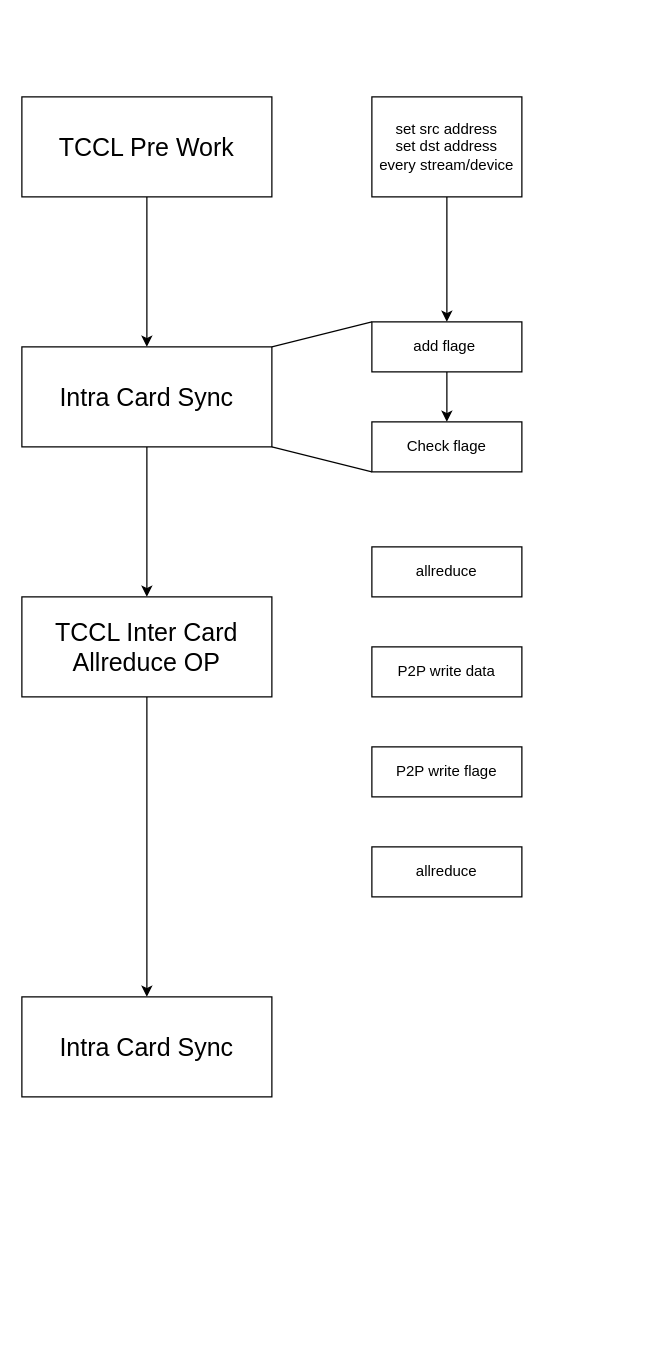
Earlier version of the draw.io diagram TCCL/TCCL_SYNC/TCCLAX_allreduce.drawio (BEYHHH/SBLP). Source tidied: cells renumbered, new cells numbered last; positions are measured from the earlier drawing's top-left corner, leaving out a move shared by most shapes. Both pictures are drawn from the tidied source at 125%, with x=0, y=0 at pixel (21, 96).
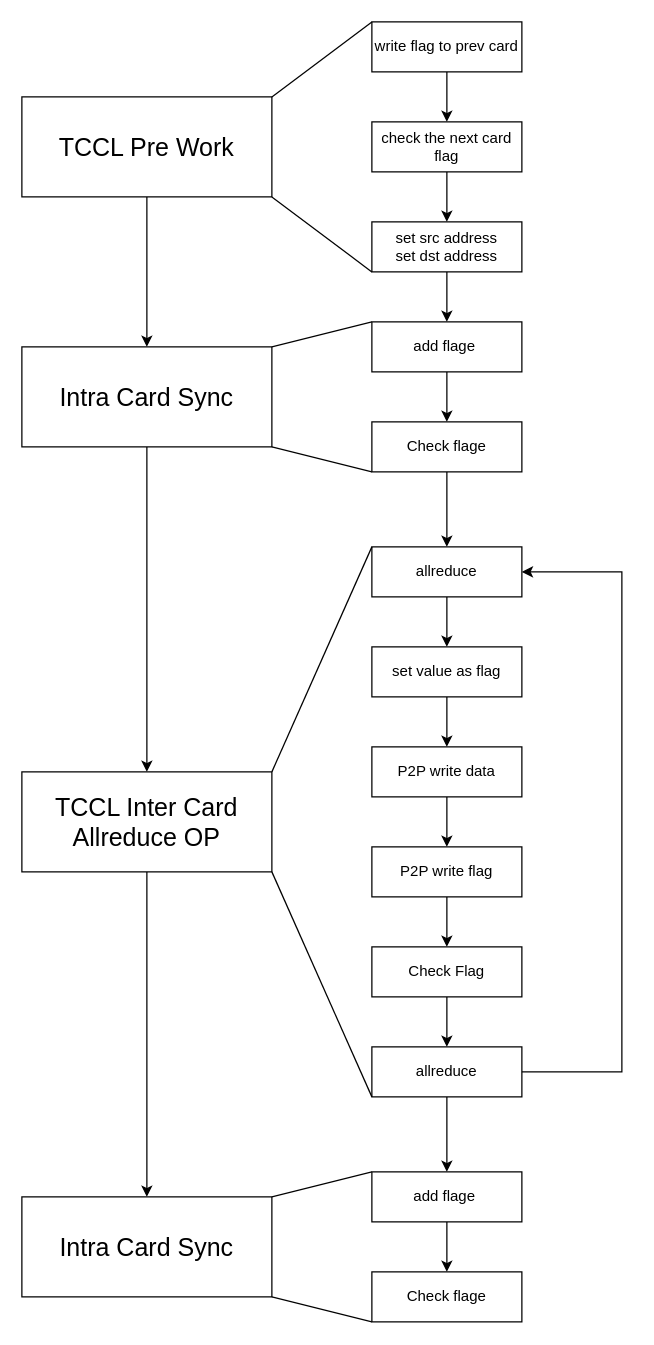
The same diagram, later.

Unchanged cells that the change refers to:
```xml
<mxCell id="8" value="&lt;font style=&quot;font-size: 20px;&quot;&gt;TCCL Pre Work&lt;/font&gt;" style="rounded=0;whiteSpace=wrap;html=1;" parent="1" vertex="1">
  <mxGeometry width="200" height="80" as="geometry" />
</mxCell>
<mxCell id="13" value="Check flage" style="rounded=0;whiteSpace=wrap;html=1;" parent="1" vertex="1">
  <mxGeometry x="280" y="260" width="120" height="40" as="geometry" />
</mxCell>
<mxCell id="16" value="allreduce" style="rounded=0;whiteSpace=wrap;html=1;" parent="1" vertex="1">
  <mxGeometry x="280" y="360" width="120" height="40" as="geometry" />
</mxCell>
```

What changed in the source:
```diff
@@
     <mxCell id="5" value="&lt;font style=&quot;font-size: 20px;&quot;&gt;TCCL Inter Card Allreduce OP&lt;br&gt;&lt;/font&gt;" style="rounded=0;whiteSpace=wrap;html=1;" parent="1" vertex="1">
-      <mxGeometry y="400" width="200" height="80" as="geometry" />
+      <mxGeometry y="540" width="200" height="80" as="geometry" />
     </mxCell>
     <mxCell id="6" value="&lt;font style=&quot;font-size: 20px;&quot;&gt;Intra Card Sync&lt;br&gt;&lt;/font&gt;" style="rounded=0;whiteSpace=wrap;html=1;" parent="1" vertex="1">
-      <mxGeometry y="720" width="200" height="80" as="geometry" />
+      <mxGeometry y="880" width="200" height="80" as="geometry" />
     </mxCell>
@@
-    <mxCell id="10" value="set src address&lt;br&gt;set dst address&lt;br&gt;every stream/device" style="rounded=0;whiteSpace=wrap;html=1;" parent="1" vertex="1">
-      <mxGeometry x="280" width="120" height="80" as="geometry" />
+    <mxCell id="10" value="set src address&lt;br&gt;set dst address" style="rounded=0;whiteSpace=wrap;html=1;" parent="1" vertex="1">
+      <mxGeometry x="280" y="100" width="120" height="40" as="geometry" />
     </mxCell>
@@
+    <mxCell id="20" style="edgeStyle=orthogonalEdgeStyle;rounded=0;jettySize=auto;html=1;" parent="1" edge="1" source="13" target="16">
+      <mxGeometry relative="1" as="geometry" />
+    </mxCell>
@@
+    <mxCell id="21" style="edgeStyle=orthogonalEdgeStyle;rounded=0;jettySize=auto;html=1;" parent="1" edge="1" source="16" target="35">
+      <mxGeometry relative="1" as="geometry" />
+    </mxCell>
@@
+    <mxCell id="22" style="edgeStyle=orthogonalEdgeStyle;rounded=0;jettySize=auto;html=1;" parent="1" edge="1" source="17" target="18">
+      <mxGeometry relative="1" as="geometry" />
+    </mxCell>
     <mxCell id="17" value="P2P write data" style="rounded=0;whiteSpace=wrap;html=1;" parent="1" vertex="1">
-      <mxGeometry x="280" y="440" width="120" height="40" as="geometry" />
+      <mxGeometry x="280" y="520" width="120" height="40" as="geometry" />
     </mxCell>
+    <mxCell id="23" style="edgeStyle=orthogonalEdgeStyle;rounded=0;jettySize=auto;html=1;" parent="1" edge="1" source="18" target="33">
+      <mxGeometry relative="1" as="geometry" />
+    </mxCell>
-    <mxCell id="18" value="P2P write flage" style="rounded=0;whiteSpace=wrap;html=1;" parent="1" vertex="1">
-      <mxGeometry x="280" y="520" width="120" height="40" as="geometry" />
+    <mxCell id="18" value="P2P write flag" style="rounded=0;whiteSpace=wrap;html=1;" parent="1" vertex="1">
+      <mxGeometry x="280" y="600" width="120" height="40" as="geometry" />
     </mxCell>
+    <mxCell id="24" style="edgeStyle=orthogonalEdgeStyle;rounded=0;jettySize=auto;html=1;" parent="1" edge="1" source="19" target="37">
+      <mxGeometry relative="1" as="geometry" />
+    </mxCell>
     <mxCell id="19" value="allreduce" style="rounded=0;whiteSpace=wrap;html=1;" parent="1" vertex="1">
-      <mxGeometry x="280" y="600" width="120" height="40" as="geometry" />
+      <mxGeometry x="280" y="760" width="120" height="40" as="geometry" />
     </mxCell>
+    <mxCell id="25" style="edgeStyle=orthogonalEdgeStyle;rounded=0;jettySize=auto;html=1;" parent="1" edge="1" source="26" target="28">
+      <mxGeometry relative="1" as="geometry" />
+    </mxCell>
+    <mxCell id="26" value="write flag to prev card" style="rounded=0;whiteSpace=wrap;html=1;" parent="1" vertex="1">
+      <mxGeometry x="280" y="-60" width="120" height="40" as="geometry" />
+    </mxCell>
+    <mxCell id="27" style="edgeStyle=orthogonalEdgeStyle;rounded=0;jettySize=auto;html=1;" parent="1" edge="1" source="28" target="10">
+      <mxGeometry relative="1" as="geometry" />
+    </mxCell>
+    <mxCell id="28" value="check the next card flag" style="rounded=0;whiteSpace=wrap;html=1;" parent="1" vertex="1">
+      <mxGeometry x="280" y="20" width="120" height="40" as="geometry" />
+    </mxCell>
+    <mxCell id="29" style="endArrow=none;html=1;rounded=0;entryX=0;entryY=0;entryDx=0;entryDy=0;exitX=1;exitY=0;exitDx=0;exitDy=0;" parent="1" edge="1" source="8" target="26">
+      <mxGeometry relative="1" as="geometry" />
+    </mxCell>
+    <mxCell id="30" style="endArrow=none;html=1;rounded=0;entryX=0;entryY=1;entryDx=0;entryDy=0;exitX=1;exitY=1;exitDx=0;exitDy=0;" parent="1" edge="1" source="8" target="10">
+      <mxGeometry relative="1" as="geometry" />
+    </mxCell>
+    <mxCell id="31" style="endArrow=classic;html=1;rounded=0;exitX=1;exitY=0.5;exitDx=0;exitDy=0;entryX=1;entryY=0.5;entryDx=0;entryDy=0;" parent="1" edge="1" source="19" target="16">
+      <mxGeometry relative="1" as="geometry">
+        <Array as="points">
+          <mxPoint x="480" y="780" />
+          <mxPoint x="480" y="380" />
+        </Array>
+      </mxGeometry>
+    </mxCell>
+    <mxCell id="32" style="edgeStyle=orthogonalEdgeStyle;rounded=0;jettySize=auto;html=1;" parent="1" edge="1" source="33" target="19">
+      <mxGeometry relative="1" as="geometry" />
+    </mxCell>
+    <mxCell id="33" value="Check Flag" style="rounded=0;whiteSpace=wrap;html=1;" parent="1" vertex="1">
+      <mxGeometry x="280" y="680" width="120" height="40" as="geometry" />
+    </mxCell>
+    <mxCell id="34" style="edgeStyle=orthogonalEdgeStyle;rounded=0;jettySize=auto;html=1;" parent="1" edge="1" source="35" target="17">
+      <mxGeometry relative="1" as="geometry" />
+    </mxCell>
+    <mxCell id="35" value="set value as flag" style="rounded=0;whiteSpace=wrap;html=1;" parent="1" vertex="1">
+      <mxGeometry x="280" y="440" width="120" height="40" as="geometry" />
+    </mxCell>
+    <mxCell id="36" style="edgeStyle=orthogonalEdgeStyle;rounded=0;jettySize=auto;html=1;" parent="1" edge="1" source="37" target="38">
+      <mxGeometry relative="1" as="geometry" />
+    </mxCell>
+    <mxCell id="37" value="add flage&amp;nbsp;" style="rounded=0;whiteSpace=wrap;html=1;" parent="1" vertex="1">
+      <mxGeometry x="280" y="860" width="120" height="40" as="geometry" />
+    </mxCell>
+    <mxCell id="38" value="Check flage" style="rounded=0;whiteSpace=wrap;html=1;" parent="1" vertex="1">
+      <mxGeometry x="280" y="940" width="120" height="40" as="geometry" />
+    </mxCell>
+    <mxCell id="39" style="endArrow=none;html=1;rounded=0;entryX=0;entryY=0;entryDx=0;entryDy=0;exitX=1;exitY=0;exitDx=0;exitDy=0;" parent="1" edge="1" target="37">
+      <mxGeometry relative="1" as="geometry">
+        <mxPoint x="200" y="880" as="sourcePoint" />
+      </mxGeometry>
+    </mxCell>
+    <mxCell id="40" style="endArrow=none;html=1;rounded=0;entryX=0;entryY=1;entryDx=0;entryDy=0;exitX=1;exitY=1;exitDx=0;exitDy=0;" parent="1" edge="1" target="38">
+      <mxGeometry relative="1" as="geometry">
+        <mxPoint x="200" y="960" as="sourcePoint" />
+      </mxGeometry>
+    </mxCell>
+    <mxCell id="41" style="endArrow=none;html=1;rounded=0;entryX=0;entryY=0;entryDx=0;entryDy=0;exitX=1;exitY=0;exitDx=0;exitDy=0;" parent="1" edge="1" source="5" target="16">
+      <mxGeometry relative="1" as="geometry" />
+    </mxCell>
+    <mxCell id="42" style="endArrow=none;html=1;rounded=0;entryX=0;entryY=1;entryDx=0;entryDy=0;exitX=1;exitY=1;exitDx=0;exitDy=0;" parent="1" edge="1" source="5" target="19">
+      <mxGeometry relative="1" as="geometry" />
+    </mxCell>
```
